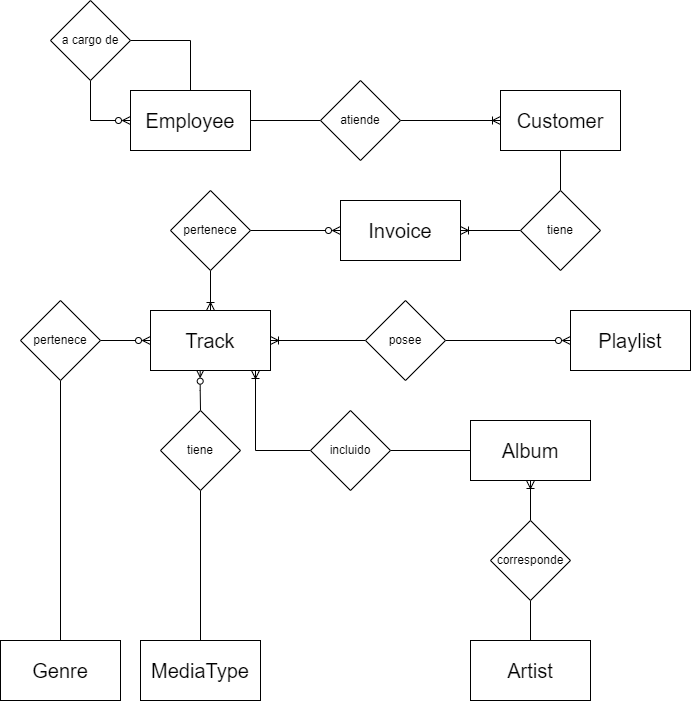
The draw.io diagram DER_chinook.png in Nefertumm/TP_DB_2023, before a commit. Source tidied: cells renumbered, new cells last; positions are measured from the earlier drawing's top-left corner, leaving out a move shared by most shapes.
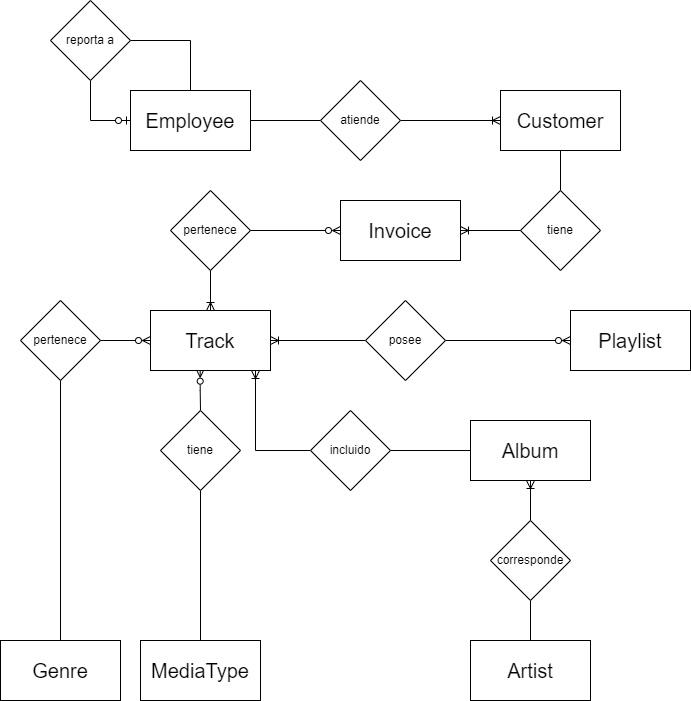
Later version of the same file.

Commit message:
Modificamos el der

What changed in the source:
```diff
@@ -59,10 +59,10 @@
     <mxCell id="20" value="Playlist" style="rounded=0;whiteSpace=wrap;html=1;fontSize=20;" parent="1" vertex="1">
       <mxGeometry x="570" y="310" width="120" height="60" as="geometry" />
     </mxCell>
-    <mxCell id="21" style="edgeStyle=orthogonalEdgeStyle;rounded=0;jettySize=auto;html=1;entryX=0;entryY=0.5;entryDx=0;entryDy=0;endArrow=ERzeroToMany;endFill=0;" parent="1" edge="1" source="22" target="7">
+    <mxCell id="21" style="edgeStyle=orthogonalEdgeStyle;rounded=0;jettySize=auto;html=1;entryX=0;entryY=0.5;entryDx=0;entryDy=0;endArrow=ERzeroToOne;endFill=0;" parent="1" edge="1" source="22" target="7">
       <mxGeometry relative="1" as="geometry" />
     </mxCell>
-    <mxCell id="22" value="a cargo de" style="rhombus;whiteSpace=wrap;html=1;" parent="1" vertex="1">
+    <mxCell id="22" value="reporta a" style="rhombus;whiteSpace=wrap;html=1;" parent="1" vertex="1">
       <mxGeometry x="50" width="80" height="80" as="geometry" />
     </mxCell>
     <mxCell id="23" value="atiende" style="rhombus;whiteSpace=wrap;html=1;rounded=0;" parent="1" vertex="1">
```
